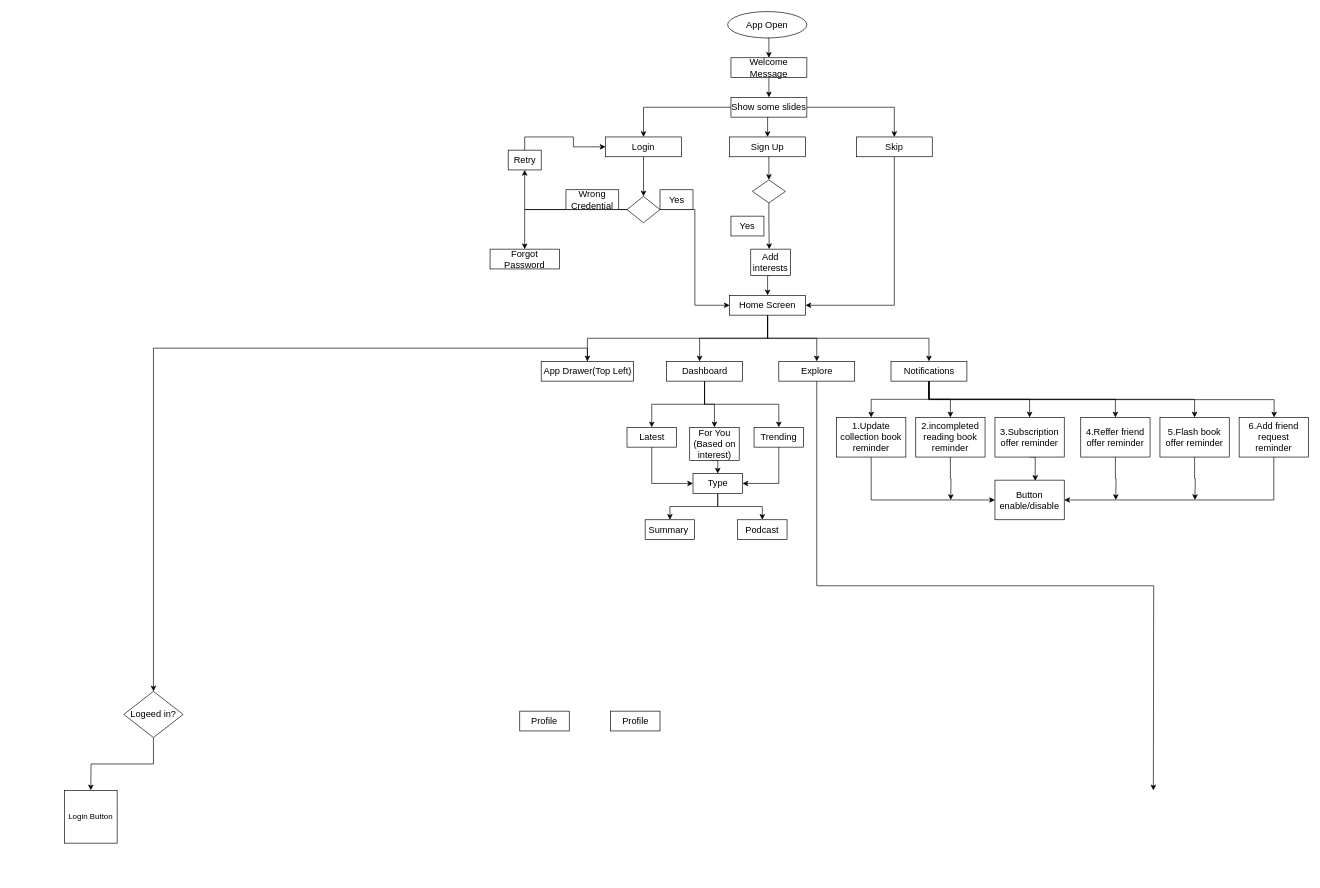
showkat2203/bookJuice keeps this draw.io diagram as BookJuice.drawio. Above is the earlier version. Source tidied: cells renumbered, new cells numbered last; positions are measured from the earlier drawing's top-left corner, leaving out a move shared by most shapes. Both pictures are drawn from the tidied source at 66%, with x=0, y=0 at pixel (64, 11).
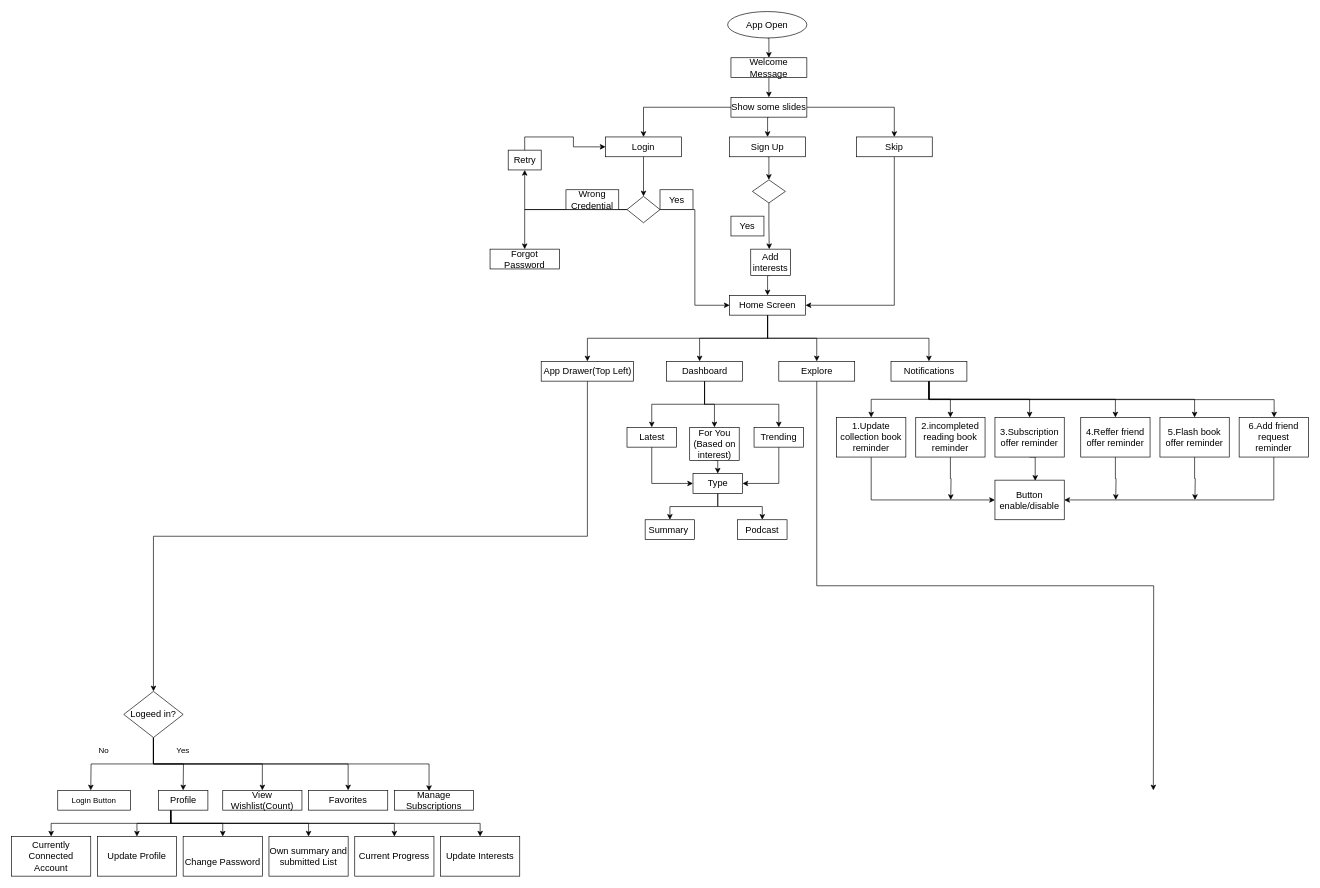
Above is the later version.

The change refers to these unchanged cells:
```xml
<mxCell id="26" value="App Drawer(Top Left)" style="rounded=0;whiteSpace=wrap;html=1;fontSize=14;" parent="1" vertex="1">
  <mxGeometry x="722.5" y="530" width="140" height="30" as="geometry" />
</mxCell>
```

Diff of the diagram source:
```diff
@@
-    <mxCell id="25" style="edgeStyle=orthogonalEdgeStyle;rounded=0;jettySize=auto;html=1;exitX=0.5;exitY=0;exitDx=0;exitDy=0;entryX=0.5;entryY=0;entryDx=0;entryDy=0;" parent="1" edge="1" source="26" target="64">
+    <mxCell id="25" style="edgeStyle=orthogonalEdgeStyle;rounded=0;jettySize=auto;html=1;exitX=0.5;exitY=1;exitDx=0;exitDy=0;entryX=0.5;entryY=0;entryDx=0;entryDy=0;" parent="1" edge="1" source="26" target="64">
       <mxGeometry relative="1" as="geometry" />
     </mxCell>
@@
-    <mxCell id="61" value="Profile" style="rounded=0;whiteSpace=wrap;html=1;fontSize=14;" parent="1" vertex="1">
-      <mxGeometry x="690" y="1060" width="75" height="30" as="geometry" />
-    </mxCell>
-    <mxCell id="62" value="Profile" style="rounded=0;whiteSpace=wrap;html=1;fontSize=14;" parent="1" vertex="1">
-      <mxGeometry x="827.5" y="1060" width="75" height="30" as="geometry" />
-    </mxCell>
-    <mxCell id="63" style="edgeStyle=orthogonalEdgeStyle;rounded=0;jettySize=auto;html=1;exitX=0.5;exitY=1;exitDx=0;exitDy=0;" parent="1" edge="1" source="64">
-      <mxGeometry relative="1" as="geometry">
-        <mxPoint x="40" y="1180" as="targetPoint" />
-      </mxGeometry>
-    </mxCell>
-    <mxCell id="64" value="&lt;font style=&quot;font-size: 14px&quot;&gt;Logeed in?&lt;/font&gt;" style="rhombus;whiteSpace=wrap;html=1;" parent="1" vertex="1">
-      <mxGeometry x="90" y="1030" width="90" height="70" as="geometry" />
-    </mxCell>
-    <mxCell id="65" value="Login Button" style="whiteSpace=wrap;html=1;" parent="1" vertex="1">
-      <mxGeometry y="1180" width="80" height="80" as="geometry" />
-    </mxCell>
@@
+    <mxCell id="79" style="edgeStyle=orthogonalEdgeStyle;rounded=0;jettySize=auto;html=1;exitX=0.25;exitY=1;exitDx=0;exitDy=0;entryX=0.5;entryY=0;entryDx=0;entryDy=0;" parent="1" edge="1" source="85" target="93">
+      <mxGeometry relative="1" as="geometry" />
+    </mxCell>
+    <mxCell id="80" style="edgeStyle=orthogonalEdgeStyle;rounded=0;jettySize=auto;html=1;exitX=0.25;exitY=1;exitDx=0;exitDy=0;entryX=0.5;entryY=0;entryDx=0;entryDy=0;" parent="1" edge="1" source="85" target="94">
+      <mxGeometry relative="1" as="geometry" />
+    </mxCell>
+    <mxCell id="81" style="edgeStyle=orthogonalEdgeStyle;rounded=0;jettySize=auto;html=1;exitX=0.25;exitY=1;exitDx=0;exitDy=0;entryX=0.5;entryY=0;entryDx=0;entryDy=0;" parent="1" edge="1" source="85" target="95">
+      <mxGeometry relative="1" as="geometry" />
+    </mxCell>
+    <mxCell id="82" style="edgeStyle=orthogonalEdgeStyle;rounded=0;jettySize=auto;html=1;exitX=0.25;exitY=1;exitDx=0;exitDy=0;entryX=0.5;entryY=0;entryDx=0;entryDy=0;" parent="1" edge="1" source="85" target="96">
+      <mxGeometry relative="1" as="geometry" />
+    </mxCell>
+    <mxCell id="83" style="edgeStyle=orthogonalEdgeStyle;rounded=0;jettySize=auto;html=1;exitX=0.25;exitY=1;exitDx=0;exitDy=0;" parent="1" edge="1" source="85" target="97">
+      <mxGeometry relative="1" as="geometry" />
+    </mxCell>
+    <mxCell id="84" style="edgeStyle=orthogonalEdgeStyle;rounded=0;jettySize=auto;html=1;exitX=0.25;exitY=1;exitDx=0;exitDy=0;entryX=0.5;entryY=0;entryDx=0;entryDy=0;" parent="1" edge="1" source="85" target="98">
+      <mxGeometry relative="1" as="geometry" />
+    </mxCell>
+    <mxCell id="85" value="Profile" style="rounded=0;whiteSpace=wrap;html=1;fontSize=14;" parent="1" vertex="1">
+      <mxGeometry x="142.5" y="1180" width="75" height="30" as="geometry" />
+    </mxCell>
+    <mxCell id="86" style="edgeStyle=orthogonalEdgeStyle;rounded=0;jettySize=auto;html=1;exitX=0.5;exitY=1;exitDx=0;exitDy=0;" parent="1" edge="1" source="64">
+      <mxGeometry relative="1" as="geometry">
+        <mxPoint x="40" y="1180" as="targetPoint" />
+      </mxGeometry>
+    </mxCell>
+    <mxCell id="87" style="edgeStyle=orthogonalEdgeStyle;rounded=0;jettySize=auto;html=1;exitX=0.5;exitY=1;exitDx=0;exitDy=0;" parent="1" edge="1" source="64">
+      <mxGeometry relative="1" as="geometry">
+        <mxPoint x="180" y="1180" as="targetPoint" />
+      </mxGeometry>
+    </mxCell>
+    <mxCell id="88" style="edgeStyle=orthogonalEdgeStyle;rounded=0;jettySize=auto;html=1;exitX=0.5;exitY=1;exitDx=0;exitDy=0;" parent="1" edge="1" source="64" target="99">
+      <mxGeometry relative="1" as="geometry" />
+    </mxCell>
+    <mxCell id="89" style="edgeStyle=orthogonalEdgeStyle;rounded=0;jettySize=auto;html=1;exitX=0.5;exitY=1;exitDx=0;exitDy=0;" parent="1" edge="1" source="64" target="100">
+      <mxGeometry relative="1" as="geometry" />
+    </mxCell>
+    <mxCell id="90" style="edgeStyle=orthogonalEdgeStyle;rounded=0;jettySize=auto;html=1;exitX=0.5;exitY=1;exitDx=0;exitDy=0;entryX=0.438;entryY=0.033;entryDx=0;entryDy=0;entryPerimeter=0;" parent="1" edge="1" source="64" target="101">
+      <mxGeometry relative="1" as="geometry" />
+    </mxCell>
+    <mxCell id="64" value="&lt;font style=&quot;font-size: 14px&quot;&gt;Logeed in?&lt;/font&gt;" style="rhombus;whiteSpace=wrap;html=1;" parent="1" vertex="1">
+      <mxGeometry x="90" y="1030" width="90" height="70" as="geometry" />
+    </mxCell>
+    <mxCell id="91" value="No" style="text;html=1;strokeColor=none;fillColor=none;align=center;verticalAlign=middle;whiteSpace=wrap;rounded=0;" parent="1" vertex="1">
+      <mxGeometry x="40" y="1110" width="40" height="20" as="geometry" />
+    </mxCell>
+    <mxCell id="92" value="Yes" style="text;html=1;strokeColor=none;fillColor=none;align=center;verticalAlign=middle;whiteSpace=wrap;rounded=0;" parent="1" vertex="1">
+      <mxGeometry x="160" y="1110" width="40" height="20" as="geometry" />
+    </mxCell>
+    <mxCell id="65" value="Login Button" style="rounded=0;whiteSpace=wrap;html=1;" parent="1" vertex="1">
+      <mxGeometry x="-10" y="1180" width="110" height="30" as="geometry" />
+    </mxCell>
+    <mxCell id="93" value="&lt;span style=&quot;font-family: &amp;#34;arial&amp;#34; ; background-color: transparent ; vertical-align: baseline&quot; id=&quot;docs-internal-guid-65e44283-7fff-332e-ddae-ba773afecb36&quot;&gt;&lt;font style=&quot;font-size: 14px&quot;&gt;Currently Connected Account&lt;/font&gt;&lt;/span&gt;" style="rounded=0;whiteSpace=wrap;html=1;" parent="1" vertex="1">
+      <mxGeometry x="-80" y="1250" width="120" height="60" as="geometry" />
+    </mxCell>
+    <mxCell id="94" value="&lt;span style=&quot;font-family: &amp;#34;arial&amp;#34; ; background-color: transparent ; vertical-align: baseline&quot; id=&quot;docs-internal-guid-409847eb-7fff-2cc2-aeb9-99d91bac9836&quot;&gt;&lt;font style=&quot;font-size: 14px&quot;&gt;Update Profile&lt;/font&gt;&lt;/span&gt;" style="rounded=0;whiteSpace=wrap;html=1;" parent="1" vertex="1">
+      <mxGeometry x="50" y="1250" width="120" height="60" as="geometry" />
+    </mxCell>
+    <mxCell id="95" value="&lt;font style=&quot;font-size: 14px&quot;&gt;&lt;br&gt;&lt;span style=&quot;font-family: &amp;#34;arial&amp;#34; ; color: rgb(0 , 0 , 0) ; background-color: transparent ; font-weight: 400 ; font-style: normal ; font-variant: normal ; text-decoration: none ; vertical-align: baseline&quot; id=&quot;docs-internal-guid-08b172d0-7fff-ef7b-7c4d-0ef4d547f844&quot;&gt;Change Password&lt;/span&gt;&lt;br&gt;&lt;/font&gt;" style="rounded=0;whiteSpace=wrap;html=1;" parent="1" vertex="1">
+      <mxGeometry x="180" y="1250" width="120" height="60" as="geometry" />
+    </mxCell>
+    <mxCell id="96" value="&lt;span style=&quot;font-family: &amp;#34;arial&amp;#34; ; background-color: transparent ; vertical-align: baseline&quot; id=&quot;docs-internal-guid-f730657b-7fff-4be1-4865-114f0b5c857f&quot;&gt;&lt;font style=&quot;font-size: 14px&quot;&gt;Own summary and submitted List&lt;/font&gt;&lt;/span&gt;" style="rounded=0;whiteSpace=wrap;html=1;" parent="1" vertex="1">
+      <mxGeometry x="310" y="1250" width="120" height="60" as="geometry" />
+    </mxCell>
+    <mxCell id="97" value="&lt;span style=&quot;font-family: &amp;#34;arial&amp;#34; ; background-color: transparent ; vertical-align: baseline&quot; id=&quot;docs-internal-guid-634fcec9-7fff-eb4a-65f7-642e70b6d12d&quot;&gt;&lt;font style=&quot;font-size: 14px&quot;&gt;Current Progress&lt;/font&gt;&lt;/span&gt;" style="rounded=0;whiteSpace=wrap;html=1;" parent="1" vertex="1">
+      <mxGeometry x="440" y="1250" width="120" height="60" as="geometry" />
+    </mxCell>
+    <mxCell id="98" value="&lt;font face=&quot;arial&quot; style=&quot;font-size: 14px&quot;&gt;Update Interests&lt;/font&gt;" style="rounded=0;whiteSpace=wrap;html=1;" parent="1" vertex="1">
+      <mxGeometry x="570" y="1250" width="120" height="60" as="geometry" />
+    </mxCell>
+    <mxCell id="99" value="&lt;span style=&quot;font-family: &amp;#34;arial&amp;#34; ; background-color: transparent ; vertical-align: baseline&quot; id=&quot;docs-internal-guid-903117e0-7fff-71b1-bc98-bc9baa7d7a13&quot;&gt;&lt;font style=&quot;font-size: 14px&quot;&gt;View Wishlist(Count)&lt;/font&gt;&lt;/span&gt;" style="rounded=0;whiteSpace=wrap;html=1;" parent="1" vertex="1">
+      <mxGeometry x="240" y="1180" width="120" height="30" as="geometry" />
+    </mxCell>
+    <mxCell id="100" value="&lt;span style=&quot;font-family: &amp;#34;arial&amp;#34; ; background-color: transparent ; vertical-align: baseline&quot; id=&quot;docs-internal-guid-782dff86-7fff-73ee-3931-7d468f0932c7&quot;&gt;&lt;font style=&quot;font-size: 14px&quot;&gt;Favorites&lt;/font&gt;&lt;/span&gt;" style="rounded=0;whiteSpace=wrap;html=1;" parent="1" vertex="1">
+      <mxGeometry x="370" y="1180" width="120" height="30" as="geometry" />
+    </mxCell>
+    <mxCell id="101" value="&lt;span style=&quot;font-family: &amp;#34;arial&amp;#34; ; background-color: transparent ; vertical-align: baseline&quot; id=&quot;docs-internal-guid-4453dd02-7fff-08d9-fda8-3debc0077f14&quot;&gt;&lt;font style=&quot;font-size: 14px&quot;&gt;Manage Subscriptions&lt;/font&gt;&lt;/span&gt;" style="rounded=0;whiteSpace=wrap;html=1;" parent="1" vertex="1">
+      <mxGeometry x="500" y="1180" width="120" height="30" as="geometry" />
+    </mxCell>
+    <mxCell id="102" style="edgeStyle=orthogonalEdgeStyle;rounded=0;orthogonalLoop=1;jettySize=auto;html=1;exitX=0.5;exitY=1;exitDx=0;exitDy=0;" parent="1" edge="1" source="99" target="99">
+      <mxGeometry relative="1" as="geometry" />
+    </mxCell>
```
